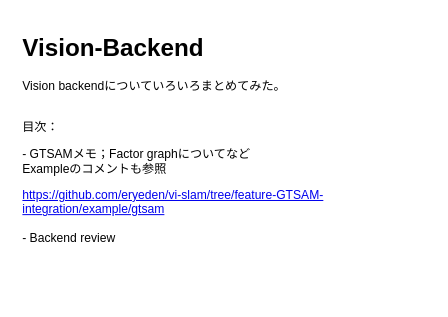
This is page "Top" (1 of 4) of docs/figs/VisionBackend.drawio from eryeden/vi-slam, a draw.io file, before an edit. Source tidied: cells renumbered, new cells numbered last; positions are measured from the earlier drawing's top-left corner, leaving out a move shared by most shapes. Both pictures are drawn from the tidied source at 101%, with x=0, y=0 at pixel (17, 27).
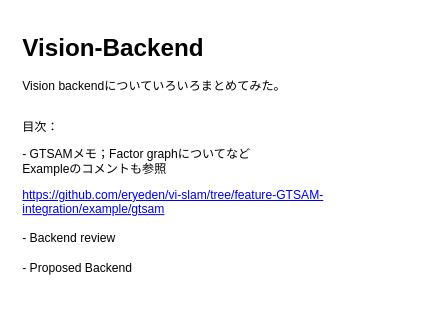
Above is the later version.

What changed in the source:
```diff
@@
 <mxGraphModel>
   <root>
     <mxCell id="0" />
     <mxCell id="1" parent="0" />
-    <mxCell id="2" value="&lt;h1&gt;Vision-Backend&lt;/h1&gt;&lt;p&gt;Vision backendについていろいろまとめてみた。&lt;br&gt;&lt;br&gt;&lt;/p&gt;&lt;p&gt;目次：&lt;/p&gt;&lt;p&gt;- GTSAMメモ；Factor graphについてなど&lt;br&gt;Exampleのコメントも参照&lt;/p&gt;&lt;a href=&quot;https://github.com/eryeden/vi-slam/tree/feature-GTSAM-integration/example/gtsam&quot;&gt;https://github.com/eryeden/vi-slam/tree/feature-GTSAM-integration/example/gtsam&lt;/a&gt;&lt;br&gt;&lt;br&gt;- Backend review" style="text;html=1;strokeColor=none;fillColor=none;spacing=5;spacingTop=-20;whiteSpace=wrap;overflow=hidden;rounded=0;" parent="1" vertex="1">
-      <mxGeometry width="410" height="230" as="geometry" />
+    <mxCell id="2" value="&lt;h1&gt;Vision-Backend&lt;/h1&gt;&lt;p&gt;Vision backendについていろいろまとめてみた。&lt;br&gt;&lt;br&gt;&lt;/p&gt;&lt;p&gt;目次：&lt;/p&gt;&lt;p&gt;- GTSAMメモ；Factor graphについてなど&lt;br&gt;Exampleのコメントも参照&lt;/p&gt;&lt;a href=&quot;https://github.com/eryeden/vi-slam/tree/feature-GTSAM-integration/example/gtsam&quot;&gt;https://github.com/eryeden/vi-slam/tree/feature-GTSAM-integration/example/gtsam&lt;/a&gt;&lt;br&gt;&lt;br&gt;- Backend review&lt;br&gt;&lt;br&gt;- Proposed Backend" style="text;html=1;strokeColor=none;fillColor=none;spacing=5;spacingTop=-20;whiteSpace=wrap;overflow=hidden;rounded=0;" parent="1" vertex="1">
+      <mxGeometry width="410" height="270" as="geometry" />
     </mxCell>
   </root>
 </mxGraphModel>
```
